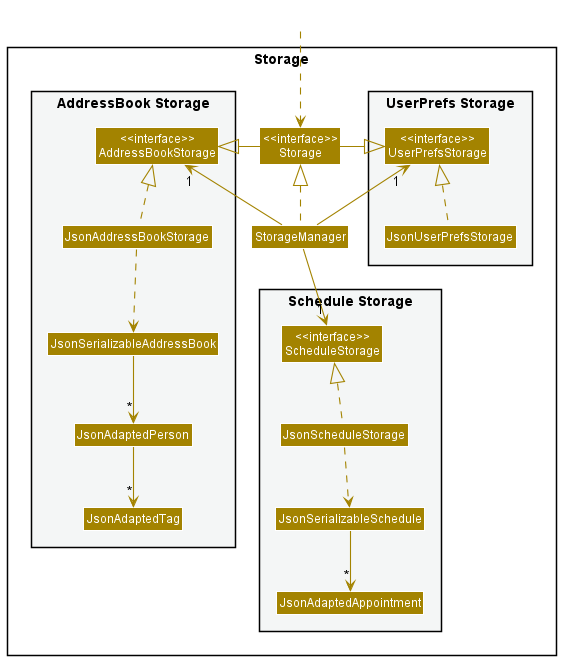
nus-cs2103-AY2122S2/tp keeps this PlantUML diagram as docs/images/StorageClassDiagram.png. Above is the earlier version.
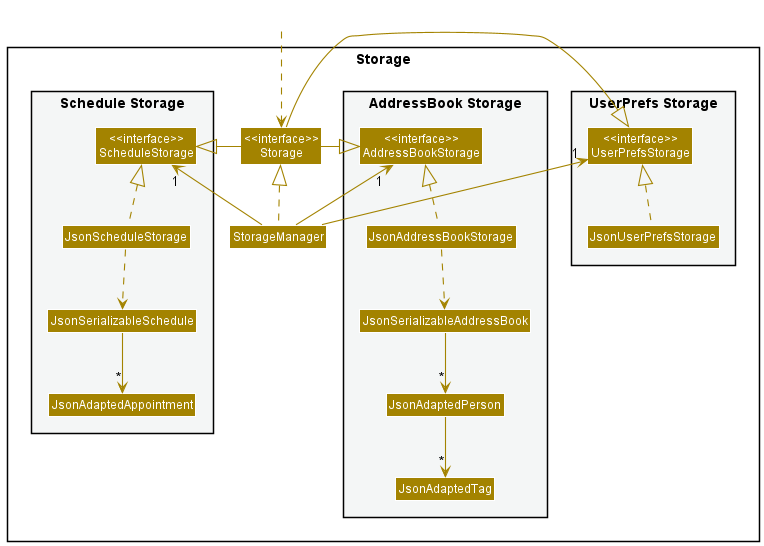
The same file after the commit.

What changed in the source:
```diff
@@ -39,8 +39,10 @@
 StorageManager -up-> "1" AddressBookStorage
 StorageManager -down-> "1" ScheduleStorage
 
-Storage -left-|> UserPrefsStorage
+Storage -left-|> ScheduleStorage
 Storage -right-|> AddressBookStorage
+Storage -right-|> UserPrefsStorage
+
 
 JsonUserPrefsStorage .up.|> UserPrefsStorage
 JsonAddressBookStorage .up.|> AddressBookStorage
```
